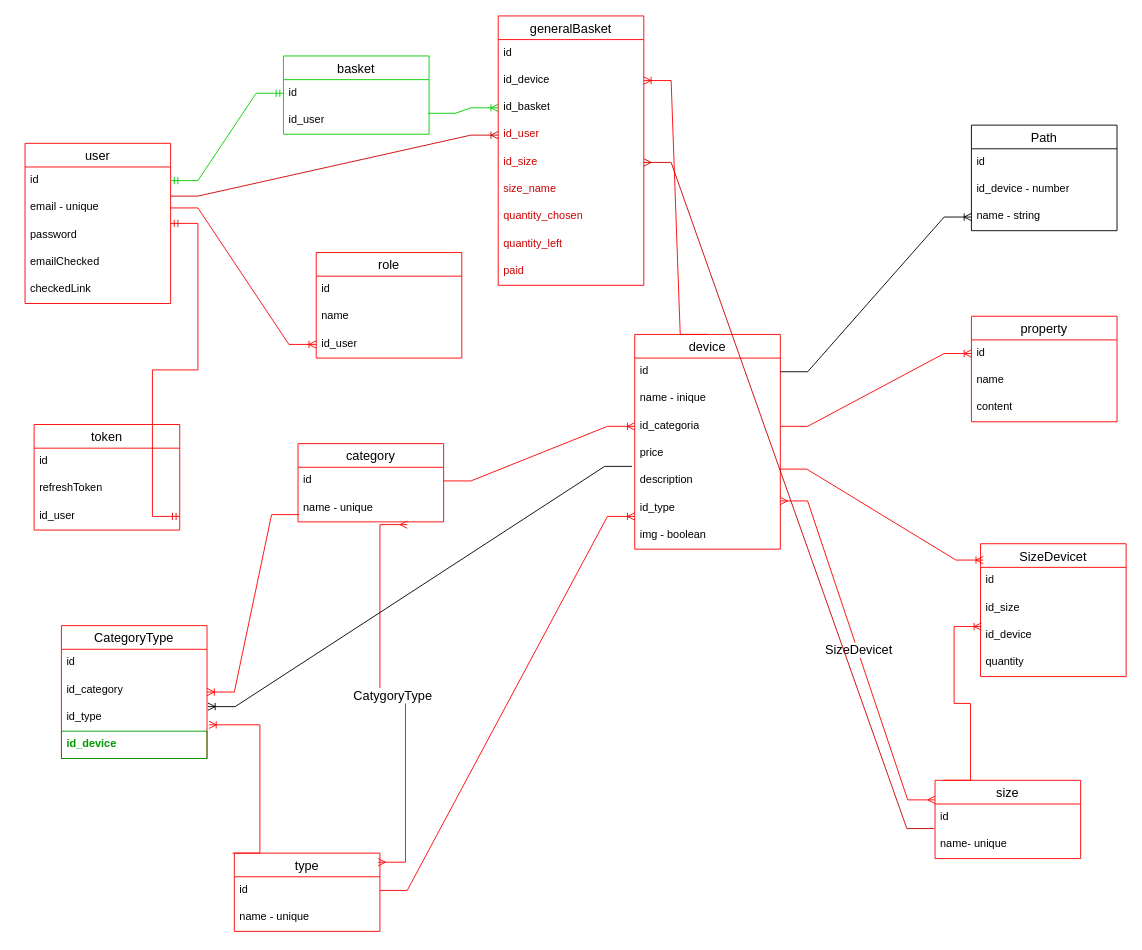
Before: shose.drawio in OlegGrn/draw_io, a draw.io diagram. Source tidied: cells renumbered, new cells numbered last; positions are measured from the earlier drawing's top-left corner, leaving out a move shared by most shapes. Both pictures are drawn from the tidied source at 91%, with x=0, y=0 at pixel (-3, 15).
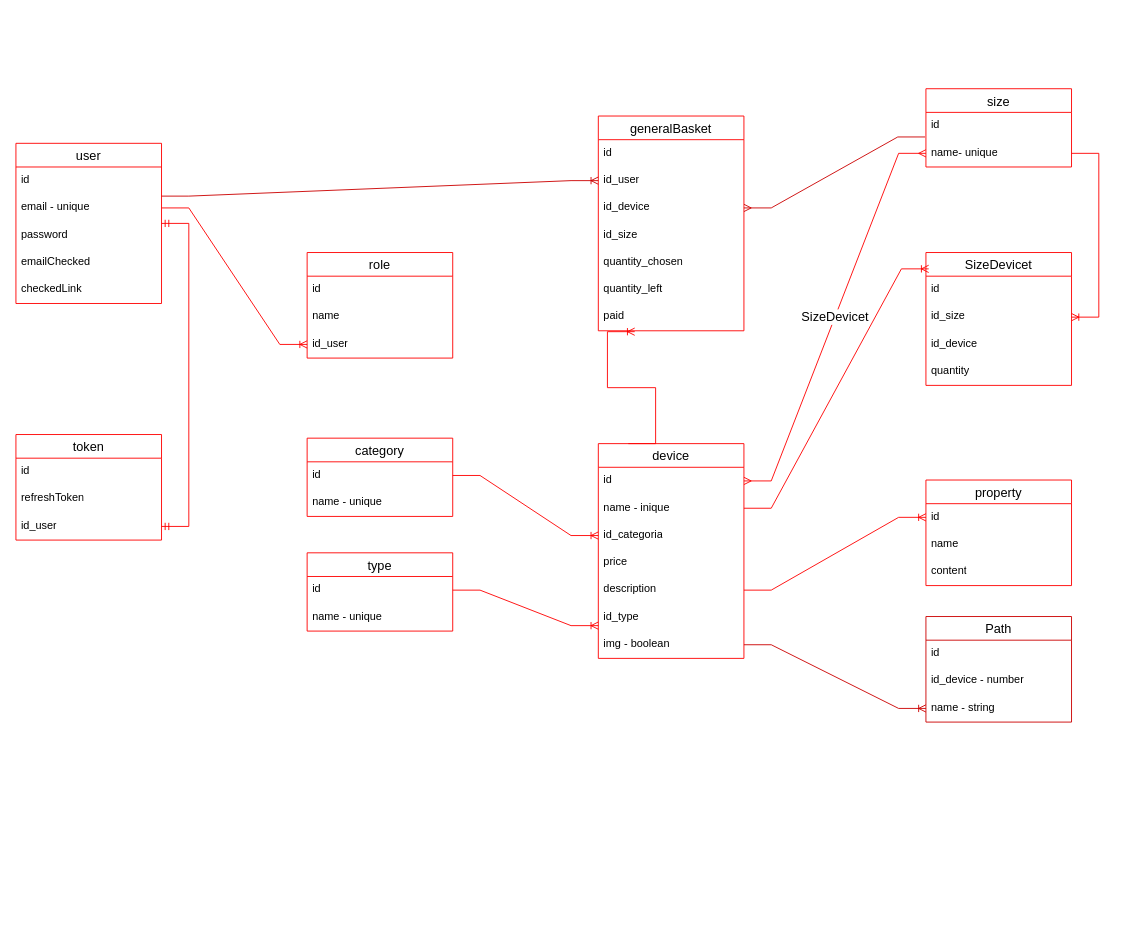
The same diagram, later.

Unchanged cells that the change refers to:
```xml
<mxCell id="3" value="id" style="text;strokeColor=none;fillColor=none;spacingLeft=4;spacingRight=4;overflow=hidden;points=[[0,0.5],[1,0.5]];portConstraint=eastwest;fontSize=12;whiteSpace=wrap;html=1;" parent="2" vertex="1">
  <mxGeometry y="26" width="160" height="30" as="geometry" />
</mxCell>
<mxCell id="12" value="id" style="text;strokeColor=none;fillColor=none;spacingLeft=4;spacingRight=4;overflow=hidden;points=[[0,0.5],[1,0.5]];portConstraint=eastwest;fontSize=12;whiteSpace=wrap;html=1;" parent="11" vertex="1">
  <mxGeometry y="26" width="160" height="30" as="geometry" />
</mxCell>
<mxCell id="13" value="name - inique" style="text;strokeColor=none;fillColor=none;spacingLeft=4;spacingRight=4;overflow=hidden;points=[[0,0.5],[1,0.5]];portConstraint=eastwest;fontSize=12;whiteSpace=wrap;html=1;" parent="11" vertex="1">
  <mxGeometry y="56" width="160" height="30" as="geometry" />
</mxCell>
<mxCell id="14" value="id_categoria" style="text;strokeColor=none;fillColor=none;spacingLeft=4;spacingRight=4;overflow=hidden;points=[[0,0.5],[1,0.5]];portConstraint=eastwest;fontSize=12;whiteSpace=wrap;html=1;" parent="11" vertex="1">
  <mxGeometry y="86" width="160" height="30" as="geometry" />
</mxCell>
<mxCell id="16" value="description" style="text;strokeColor=none;fillColor=none;spacingLeft=4;spacingRight=4;overflow=hidden;points=[[0,0.5],[1,0.5]];portConstraint=eastwest;fontSize=12;whiteSpace=wrap;html=1;" parent="11" vertex="1">
  <mxGeometry y="146" width="160" height="30" as="geometry" />
</mxCell>
<mxCell id="17" value="id_type" style="text;strokeColor=none;fillColor=none;spacingLeft=4;spacingRight=4;overflow=hidden;points=[[0,0.5],[1,0.5]];portConstraint=eastwest;fontSize=12;whiteSpace=wrap;html=1;" parent="11" vertex="1">
  <mxGeometry y="176" width="160" height="30" as="geometry" />
</mxCell>
<mxCell id="18" value="img - boolean" style="text;strokeColor=none;fillColor=none;spacingLeft=4;spacingRight=4;overflow=hidden;points=[[0,0.5],[1,0.5]];portConstraint=eastwest;fontSize=12;whiteSpace=wrap;html=1;" parent="11" vertex="1">
  <mxGeometry y="206" width="160" height="30" as="geometry" />
</mxCell>
<mxCell id="25" value="name- unique" style="text;strokeColor=none;fillColor=none;spacingLeft=4;spacingRight=4;overflow=hidden;points=[[0,0.5],[1,0.5]];portConstraint=eastwest;fontSize=12;whiteSpace=wrap;html=1;" parent="23" vertex="1">
  <mxGeometry y="56" width="160" height="30" as="geometry" />
</mxCell>
<mxCell id="35" value="name - unique" style="text;strokeColor=none;fillColor=none;spacingLeft=4;spacingRight=4;overflow=hidden;points=[[0,0.5],[1,0.5]];portConstraint=eastwest;fontSize=12;whiteSpace=wrap;html=1;" parent="32" vertex="1">
  <mxGeometry y="56" width="160" height="30" as="geometry" />
</mxCell>
<mxCell id="52" value="id_user" style="text;strokeColor=none;fillColor=none;spacingLeft=4;spacingRight=4;overflow=hidden;points=[[0,0.5],[1,0.5]];portConstraint=eastwest;fontSize=12;whiteSpace=wrap;html=1;" parent="49" vertex="1">
  <mxGeometry y="86" width="160" height="30" as="geometry" />
</mxCell>
<mxCell id="59" value="id" style="text;strokeColor=none;fillColor=none;spacingLeft=4;spacingRight=4;overflow=hidden;points=[[0,0.5],[1,0.5]];portConstraint=eastwest;fontSize=12;whiteSpace=wrap;html=1;" parent="58" vertex="1">
  <mxGeometry y="26" width="160" height="30" as="geometry" />
</mxCell>
<mxCell id="65" value="id_size" style="text;strokeColor=none;fillColor=none;spacingLeft=4;spacingRight=4;overflow=hidden;points=[[0,0.5],[1,0.5]];portConstraint=eastwest;fontSize=12;whiteSpace=wrap;html=1;" parent="63" vertex="1">
  <mxGeometry y="56" width="160" height="30" as="geometry" />
</mxCell>
<mxCell id="66" value="id_device" style="text;strokeColor=none;fillColor=none;spacingLeft=4;spacingRight=4;overflow=hidden;points=[[0,0.5],[1,0.5]];portConstraint=eastwest;fontSize=12;whiteSpace=wrap;html=1;" parent="63" vertex="1">
  <mxGeometry y="86" width="160" height="30" as="geometry" />
</mxCell>
<mxCell id="83" value="name - string" style="text;strokeColor=none;fillColor=none;spacingLeft=4;spacingRight=4;overflow=hidden;points=[[0,0.5],[1,0.5]];portConstraint=eastwest;fontSize=12;whiteSpace=wrap;html=1;" parent="80" vertex="1">
  <mxGeometry y="86" width="160" height="30" as="geometry" />
</mxCell>
```

What changed in the source:
```diff
@@
     <mxCell id="2" value="user" style="swimlane;fontStyle=0;horizontal=1;startSize=26;align=center;fontSize=14;strokeColor=#FF0000;" parent="1" vertex="1">
-      <mxGeometry x="30" y="140" width="160" height="176" as="geometry" />
+      <mxGeometry x="20" y="140" width="160" height="176" as="geometry" />
     </mxCell>
@@
-    <mxCell id="8" value="basket" style="swimlane;fontStyle=0;horizontal=1;startSize=26;align=center;fontSize=14;strokeColor=#00CC00;" parent="1" vertex="1">
-      <mxGeometry x="314" y="44" width="160" height="86" as="geometry" />
-    </mxCell>
-    <mxCell id="9" value="id" style="text;strokeColor=none;fillColor=none;spacingLeft=4;spacingRight=4;overflow=hidden;points=[[0,0.5],[1,0.5]];portConstraint=eastwest;fontSize=12;whiteSpace=wrap;html=1;" parent="8" vertex="1">
-      <mxGeometry y="26" width="160" height="30" as="geometry" />
-    </mxCell>
-    <mxCell id="10" value="id_user" style="text;strokeColor=none;fillColor=none;spacingLeft=4;spacingRight=4;overflow=hidden;points=[[0,0.5],[1,0.5]];portConstraint=eastwest;fontSize=12;whiteSpace=wrap;html=1;" parent="8" vertex="1">
-      <mxGeometry y="56" width="160" height="30" as="geometry" />
-    </mxCell>
     <mxCell id="11" value="device" style="swimlane;fontStyle=0;horizontal=1;startSize=26;align=center;fontSize=14;strokeColor=#FF0000;" parent="1" vertex="1">
-      <mxGeometry x="700" y="350" width="160" height="236" as="geometry" />
+      <mxGeometry x="660" y="470" width="160" height="236" as="geometry" />
     </mxCell>
@@
     <mxCell id="19" value="type" style="swimlane;fontStyle=0;horizontal=1;startSize=26;align=center;fontSize=14;strokeColor=#FF0000;" parent="1" vertex="1">
-      <mxGeometry x="260" y="920" width="160" height="86" as="geometry" />
+      <mxGeometry x="340" y="590" width="160" height="86" as="geometry" />
     </mxCell>
@@
     <mxCell id="23" value="size" style="swimlane;fontStyle=0;horizontal=1;startSize=26;align=center;fontSize=14;strokeColor=#FF0000;" parent="1" vertex="1">
-      <mxGeometry x="1030" y="840" width="160" height="86" as="geometry" />
+      <mxGeometry x="1020" y="80" width="160" height="86" as="geometry" />
     </mxCell>
@@
-    <mxCell id="26" style="edgeStyle=entityRelationEdgeStyle;fontSize=12;html=1;endArrow=ERoneToMany;rounded=0;exitX=0.5;exitY=0;exitDx=0;exitDy=0;entryX=1;entryY=0.5;entryDx=0;entryDy=0;strokeColor=#FF0000;" parent="1" edge="1" source="11" target="39">
+    <mxCell id="26" style="edgeStyle=entityRelationEdgeStyle;fontSize=12;html=1;endArrow=ERoneToMany;rounded=0;exitX=0.206;exitY=0;exitDx=0;exitDy=0;entryX=0.25;entryY=1.033;entryDx=0;entryDy=0;strokeColor=#FF0000;entryPerimeter=0;exitPerimeter=0;" parent="1" edge="1" source="11" target="46">
       <mxGeometry relative="1" as="geometry" />
     </mxCell>
     <mxCell id="27" value="role" style="swimlane;fontStyle=0;horizontal=1;startSize=26;align=center;fontSize=14;strokeColor=#FF0000;" parent="1" vertex="1">
-      <mxGeometry x="350" y="260" width="160" height="116" as="geometry" />
+      <mxGeometry x="340" y="260" width="160" height="116" as="geometry" />
     </mxCell>
@@
     <mxCell id="32" value="category" style="swimlane;fontStyle=0;horizontal=1;startSize=26;align=center;fontSize=14;strokeColor=#FF0000;" parent="1" vertex="1">
-      <mxGeometry x="330" y="470" width="160" height="86" as="geometry" />
+      <mxGeometry x="340" y="464" width="160" height="86" as="geometry" />
     </mxCell>
@@
     <mxCell id="37" value="generalBasket" style="swimlane;fontStyle=0;horizontal=1;startSize=26;align=center;fontSize=14;strokeColor=#FF0000;" parent="1" vertex="1">
-      <mxGeometry x="550" width="160" height="296" as="geometry" />
+      <mxGeometry x="660" y="110" width="160" height="236" as="geometry" />
     </mxCell>
@@
-    <mxCell id="39" value="id_device" style="text;strokeColor=none;fillColor=none;spacingLeft=4;spacingRight=4;overflow=hidden;points=[[0,0.5],[1,0.5]];portConstraint=eastwest;fontSize=12;whiteSpace=wrap;html=1;" parent="37" vertex="1">
-      <mxGeometry y="56" width="160" height="30" as="geometry" />
-    </mxCell>
-    <mxCell id="40" value="id_basket" style="text;strokeColor=none;fillColor=none;spacingLeft=4;spacingRight=4;overflow=hidden;points=[[0,0.5],[1,0.5]];portConstraint=eastwest;fontSize=12;whiteSpace=wrap;html=1;" parent="37" vertex="1">
-      <mxGeometry y="86" width="160" height="30" as="geometry" />
-    </mxCell>
-    <mxCell id="41" value="id_user" style="text;strokeColor=none;fillColor=none;spacingLeft=4;spacingRight=4;overflow=hidden;points=[[0,0.5],[1,0.5]];portConstraint=eastwest;fontSize=12;whiteSpace=wrap;html=1;fontColor=#CC0000;" parent="37" vertex="1">
-      <mxGeometry y="116" width="160" height="30" as="geometry" />
+    <mxCell id="41" value="id_user" style="text;strokeColor=none;fillColor=none;spacingLeft=4;spacingRight=4;overflow=hidden;points=[[0,0.5],[1,0.5]];portConstraint=eastwest;fontSize=12;whiteSpace=wrap;html=1;fontColor=#000000;" parent="37" vertex="1">
+      <mxGeometry y="56" width="160" height="30" as="geometry" />
     </mxCell>
-    <mxCell id="42" value="id_size" style="text;strokeColor=none;fillColor=none;spacingLeft=4;spacingRight=4;overflow=hidden;points=[[0,0.5],[1,0.5]];portConstraint=eastwest;fontSize=12;whiteSpace=wrap;html=1;fontColor=#CC0000;" parent="37" vertex="1">
-      <mxGeometry y="146" width="160" height="30" as="geometry" />
+    <mxCell id="42" value="id_device" style="text;strokeColor=none;fillColor=none;spacingLeft=4;spacingRight=4;overflow=hidden;points=[[0,0.5],[1,0.5]];portConstraint=eastwest;fontSize=12;whiteSpace=wrap;html=1;fontColor=#000000;" parent="37" vertex="1">
+      <mxGeometry y="86" width="160" height="30" as="geometry" />
     </mxCell>
-    <mxCell id="43" value="size_name" style="text;strokeColor=none;fillColor=none;spacingLeft=4;spacingRight=4;overflow=hidden;fontSize=12;whiteSpace=wrap;html=1;fontColor=#CC0000;" parent="37" vertex="1">
-      <mxGeometry y="176" width="160" height="30" as="geometry" />
+    <mxCell id="43" value="id_size" style="text;strokeColor=none;fillColor=none;spacingLeft=4;spacingRight=4;overflow=hidden;fontSize=12;whiteSpace=wrap;html=1;fontColor=#000000;" parent="37" vertex="1">
+      <mxGeometry y="116" width="160" height="30" as="geometry" />
     </mxCell>
-    <mxCell id="44" value="quantity_chosen" style="text;strokeColor=none;fillColor=none;spacingLeft=4;spacingRight=4;overflow=hidden;fontSize=12;whiteSpace=wrap;html=1;fontColor=#CC0000;" parent="37" vertex="1">
-      <mxGeometry y="206" width="160" height="30" as="geometry" />
+    <mxCell id="44" value="quantity_chosen" style="text;strokeColor=none;fillColor=none;spacingLeft=4;spacingRight=4;overflow=hidden;fontSize=12;whiteSpace=wrap;html=1;fontColor=#000000;" parent="37" vertex="1">
+      <mxGeometry y="146" width="160" height="30" as="geometry" />
     </mxCell>
-    <mxCell id="45" value="quantity_left" style="text;strokeColor=none;fillColor=none;spacingLeft=4;spacingRight=4;overflow=hidden;fontSize=12;whiteSpace=wrap;html=1;fontColor=#CC0000;" parent="37" vertex="1">
-      <mxGeometry y="236" width="160" height="30" as="geometry" />
+    <mxCell id="45" value="quantity_left" style="text;strokeColor=none;fillColor=none;spacingLeft=4;spacingRight=4;overflow=hidden;fontSize=12;whiteSpace=wrap;html=1;fontColor=#000000;" parent="37" vertex="1">
+      <mxGeometry y="176" width="160" height="30" as="geometry" />
     </mxCell>
-    <mxCell id="46" value="paid" style="text;strokeColor=none;fillColor=none;spacingLeft=4;spacingRight=4;overflow=hidden;points=[[0,0.5],[1,0.5]];portConstraint=eastwest;fontSize=12;whiteSpace=wrap;html=1;fontColor=#CC0000;" parent="37" vertex="1">
-      <mxGeometry y="266" width="160" height="30" as="geometry" />
+    <mxCell id="46" value="paid" style="text;strokeColor=none;fillColor=none;spacingLeft=4;spacingRight=4;overflow=hidden;points=[[0,0.5],[1,0.5]];portConstraint=eastwest;fontSize=12;whiteSpace=wrap;html=1;fontColor=#000000;" parent="37" vertex="1">
+      <mxGeometry y="206" width="160" height="30" as="geometry" />
     </mxCell>
-    <mxCell id="47" style="edgeStyle=entityRelationEdgeStyle;fontSize=12;html=1;endArrow=ERmandOne;startArrow=ERmandOne;rounded=0;entryX=0;entryY=0.5;entryDx=0;entryDy=0;exitX=1;exitY=0.5;exitDx=0;exitDy=0;strokeColor=#00CC00;" parent="1" edge="1" source="3" target="9">
-      <mxGeometry relative="1" as="geometry" />
-    </mxCell>
-    <mxCell id="48" style="edgeStyle=entityRelationEdgeStyle;fontSize=12;html=1;endArrow=ERoneToMany;rounded=0;entryX=0;entryY=0.5;entryDx=0;entryDy=0;exitX=0.994;exitY=0.233;exitDx=0;exitDy=0;exitPerimeter=0;strokeColor=#00CC00;" parent="1" edge="1" source="10" target="40">
-      <mxGeometry relative="1" as="geometry" />
-    </mxCell>
     <mxCell id="49" value="token" style="swimlane;fontStyle=0;horizontal=1;startSize=26;align=center;fontSize=14;strokeColor=#FF0000;" parent="1" vertex="1">
-      <mxGeometry x="40" y="449" width="160" height="116" as="geometry" />
+      <mxGeometry x="20" y="460" width="160" height="116" as="geometry" />
     </mxCell>
@@
     <mxCell id="53" style="edgeStyle=entityRelationEdgeStyle;fontSize=12;html=1;endArrow=ERmandOne;startArrow=ERmandOne;rounded=0;exitX=1;exitY=0.5;exitDx=0;exitDy=0;strokeColor=#FF0000;" parent="1" edge="1" source="52" target="2">
       <mxGeometry relative="1" as="geometry">
         <Array as="points">
           <mxPoint y="220" />
+          <mxPoint x="250" y="400" />
+          <mxPoint x="260" y="470" />
+          <mxPoint x="260" y="470" />
+          <mxPoint x="260" y="400" />
         </Array>
       </mxGeometry>
     </mxCell>
-    <mxCell id="54" style="edgeStyle=entityRelationEdgeStyle;fontSize=12;html=1;endArrow=ERmany;startArrow=ERmany;rounded=0;exitX=0.988;exitY=0.116;exitDx=0;exitDy=0;entryX=0.75;entryY=1.1;entryDx=0;entryDy=0;exitPerimeter=0;strokeColor=#FF0000;entryPerimeter=0;" parent="1" edge="1" source="19" target="35">
-      <mxGeometry relative="1" as="geometry">
-        <Array as="points">
-          <mxPoint x="440" y="560" />
-        </Array>
-      </mxGeometry>
-    </mxCell>
-    <mxCell id="55" value="&lt;font style=&quot;font-size: 14px;&quot;&gt;CatygoryType&lt;/font&gt;" style="edgeLabel;html=1;align=center;verticalAlign=middle;strokeColor=#FF0000;fillColor=#FF0000;" parent="54" vertex="1">
-      <mxGeometry y="2" relative="1" as="geometry" />
-    </mxCell>
-    <mxCell id="56" style="edgeStyle=entityRelationEdgeStyle;fontSize=12;html=1;endArrow=ERmany;startArrow=ERmany;rounded=0;entryX=0;entryY=0.25;entryDx=0;entryDy=0;strokeColor=#FF0000;exitX=1;exitY=0.233;exitDx=0;exitDy=0;exitPerimeter=0;" parent="1" edge="1" source="17" target="23">
+    <mxCell id="56" style="edgeStyle=entityRelationEdgeStyle;fontSize=12;html=1;endArrow=ERmany;startArrow=ERmany;rounded=0;entryX=0;entryY=0.5;entryDx=0;entryDy=0;strokeColor=#FF0000;exitX=1;exitY=0.5;exitDx=0;exitDy=0;" parent="1" edge="1" source="12" target="25">
       <mxGeometry relative="1" as="geometry" />
     </mxCell>
@@
     <mxCell id="58" value="property" style="swimlane;fontStyle=0;horizontal=1;startSize=26;align=center;fontSize=14;strokeColor=#FF0000;" parent="1" vertex="1">
-      <mxGeometry x="1070" y="330" width="160" height="116" as="geometry" />
+      <mxGeometry x="1020" y="510" width="160" height="116" as="geometry" />
     </mxCell>
@@
-    <mxCell id="62" style="edgeStyle=entityRelationEdgeStyle;fontSize=12;html=1;endArrow=ERoneToMany;rounded=0;exitX=1;exitY=0.5;exitDx=0;exitDy=0;entryX=0;entryY=0.5;entryDx=0;entryDy=0;strokeColor=#FF0000;" parent="1" edge="1" source="14" target="59">
+    <mxCell id="62" style="edgeStyle=entityRelationEdgeStyle;fontSize=12;html=1;endArrow=ERoneToMany;rounded=0;exitX=1;exitY=0.5;exitDx=0;exitDy=0;entryX=0;entryY=0.5;entryDx=0;entryDy=0;strokeColor=#FF0000;" parent="1" edge="1" source="16" target="59">
       <mxGeometry relative="1" as="geometry" />
     </mxCell>
     <mxCell id="63" value="SizeDevicet" style="swimlane;fontStyle=0;horizontal=1;startSize=26;align=center;fontSize=14;strokeColor=#FF0000;" parent="1" vertex="1">
-      <mxGeometry x="1080" y="580" width="160" height="146" as="geometry" />
+      <mxGeometry x="1020" y="260" width="160" height="146" as="geometry" />
     </mxCell>
@@
-    <mxCell id="68" style="edgeStyle=entityRelationEdgeStyle;fontSize=12;html=1;endArrow=ERoneToMany;rounded=0;entryX=0.019;entryY=0.123;entryDx=0;entryDy=0;entryPerimeter=0;exitX=0.994;exitY=0.067;exitDx=0;exitDy=0;exitPerimeter=0;strokeColor=#FF0000;" parent="1" edge="1" source="16" target="63">
+    <mxCell id="68" style="edgeStyle=entityRelationEdgeStyle;fontSize=12;html=1;endArrow=ERoneToMany;rounded=0;entryX=0.019;entryY=0.123;entryDx=0;entryDy=0;entryPerimeter=0;exitX=1;exitY=0.5;exitDx=0;exitDy=0;strokeColor=#FF0000;" parent="1" edge="1" source="13" target="63">
       <mxGeometry relative="1" as="geometry">
         <Array as="points">
           <mxPoint x="730" y="640" />
         </Array>
       </mxGeometry>
     </mxCell>
-    <mxCell id="69" style="edgeStyle=entityRelationEdgeStyle;fontSize=12;html=1;endArrow=ERoneToMany;rounded=0;entryX=0.006;entryY=0.167;entryDx=0;entryDy=0;entryPerimeter=0;exitX=0.056;exitY=0;exitDx=0;exitDy=0;exitPerimeter=0;strokeColor=#FF0000;" parent="1" edge="1" source="23" target="66">
-      <mxGeometry relative="1" as="geometry" />
+    <mxCell id="69" style="edgeStyle=entityRelationEdgeStyle;fontSize=12;html=1;endArrow=ERoneToMany;rounded=0;entryX=1;entryY=0.5;entryDx=0;entryDy=0;exitX=1;exitY=0.5;exitDx=0;exitDy=0;strokeColor=#FF0000;" parent="1" edge="1" source="25" target="65">
+      <mxGeometry relative="1" as="geometry">
+        <Array as="points">
+          <mxPoint x="1260" y="260" />
+        </Array>
+      </mxGeometry>
     </mxCell>
-    <mxCell id="70" value="CategoryType" style="swimlane;fontStyle=0;horizontal=1;startSize=26;align=center;fontSize=14;strokeColor=#FF0000;" parent="1" vertex="1">
-      <mxGeometry x="70" y="670" width="160" height="146" as="geometry" />
-    </mxCell>
-    <mxCell id="71" value="id" style="text;strokeColor=none;fillColor=none;spacingLeft=4;spacingRight=4;overflow=hidden;fontSize=12;whiteSpace=wrap;html=1;" parent="70" vertex="1">
-      <mxGeometry y="26" width="160" height="30" as="geometry" />
-    </mxCell>
-    <mxCell id="72" value="id_category" style="text;strokeColor=none;fillColor=none;spacingLeft=4;spacingRight=4;overflow=hidden;fontSize=12;whiteSpace=wrap;html=1;" parent="70" vertex="1">
-      <mxGeometry y="56" width="160" height="30" as="geometry" />
-    </mxCell>
-    <mxCell id="73" value="id_type" style="text;strokeColor=none;fillColor=none;spacingLeft=4;spacingRight=4;overflow=hidden;points=[[0,0.5],[1,0.5]];portConstraint=eastwest;fontSize=12;whiteSpace=wrap;html=1;" parent="70" vertex="1">
-      <mxGeometry y="86" width="160" height="30" as="geometry" />
-    </mxCell>
-    <mxCell id="74" value="&lt;b&gt;&lt;font color=&quot;#009900&quot;&gt;id_device&lt;/font&gt;&lt;/b&gt;" style="text;strokeColor=#009900;fillColor=none;spacingLeft=4;spacingRight=4;overflow=hidden;fontSize=12;whiteSpace=wrap;html=1;" parent="70" vertex="1">
-      <mxGeometry y="116" width="160" height="30" as="geometry" />
-    </mxCell>
-    <mxCell id="75" style="edgeStyle=entityRelationEdgeStyle;fontSize=12;html=1;endArrow=ERoneToMany;rounded=0;exitX=-0.012;exitY=0.174;exitDx=0;exitDy=0;exitPerimeter=0;entryX=1.013;entryY=0.767;entryDx=0;entryDy=0;entryPerimeter=0;strokeColor=#FF0000;" parent="1" edge="1" target="73">
-      <mxGeometry relative="1" as="geometry">
-        <mxPoint x="258.1" y="920" as="sourcePoint" />
-      </mxGeometry>
-    </mxCell>
-    <mxCell id="76" style="edgeStyle=entityRelationEdgeStyle;fontSize=12;html=1;endArrow=ERoneToMany;rounded=0;exitX=0.006;exitY=0.733;exitDx=0;exitDy=0;exitPerimeter=0;strokeColor=#FF0000;" parent="1" edge="1" source="35" target="70">
-      <mxGeometry relative="1" as="geometry" />
-    </mxCell>
-    <mxCell id="77" style="edgeStyle=entityRelationEdgeStyle;fontSize=12;html=1;endArrow=ERoneToMany;rounded=0;exitX=-0.019;exitY=-0.033;exitDx=0;exitDy=0;exitPerimeter=0;entryX=1.006;entryY=0.1;entryDx=0;entryDy=0;entryPerimeter=0;" parent="1" edge="1" source="16" target="73">
-      <mxGeometry relative="1" as="geometry" />
-    </mxCell>
@@
     <mxCell id="79" style="edgeStyle=entityRelationEdgeStyle;fontSize=12;html=1;endArrow=ERmany;rounded=0;exitX=-0.006;exitY=-0.1;exitDx=0;exitDy=0;exitPerimeter=0;entryX=1;entryY=0.5;entryDx=0;entryDy=0;strokeColor=#CC0000;" parent="1" edge="1" source="25" target="42">
-      <mxGeometry relative="1" as="geometry" />
+      <mxGeometry relative="1" as="geometry">
+        <Array as="points">
+          <mxPoint x="940" y="460" />
+          <mxPoint x="940" y="280" />
+          <mxPoint x="790" y="150" />
+          <mxPoint x="900" y="500" />
+          <mxPoint x="930" y="490" />
+        </Array>
+      </mxGeometry>
     </mxCell>
-    <mxCell id="80" value="Path" style="swimlane;fontStyle=0;horizontal=1;startSize=26;align=center;fontSize=14;" parent="1" vertex="1">
-      <mxGeometry x="1070" y="120" width="160" height="116" as="geometry" />
+    <mxCell id="80" value="Path" style="swimlane;fontStyle=0;horizontal=1;startSize=26;align=center;fontSize=14;strokeColor=#CC0000;" parent="1" vertex="1">
+      <mxGeometry x="1020" y="660" width="160" height="116" as="geometry" />
     </mxCell>
@@
-    <mxCell id="84" style="edgeStyle=entityRelationEdgeStyle;fontSize=12;html=1;endArrow=ERoneToMany;rounded=0;exitX=1;exitY=0.5;exitDx=0;exitDy=0;entryX=0;entryY=0.5;entryDx=0;entryDy=0;" parent="1" edge="1" source="12" target="83">
+    <mxCell id="84" style="edgeStyle=entityRelationEdgeStyle;fontSize=12;html=1;endArrow=ERoneToMany;rounded=0;entryX=0;entryY=0.5;entryDx=0;entryDy=0;strokeColor=#CC0000;" parent="1" edge="1" source="18" target="83">
       <mxGeometry relative="1" as="geometry" />
     </mxCell>
```
